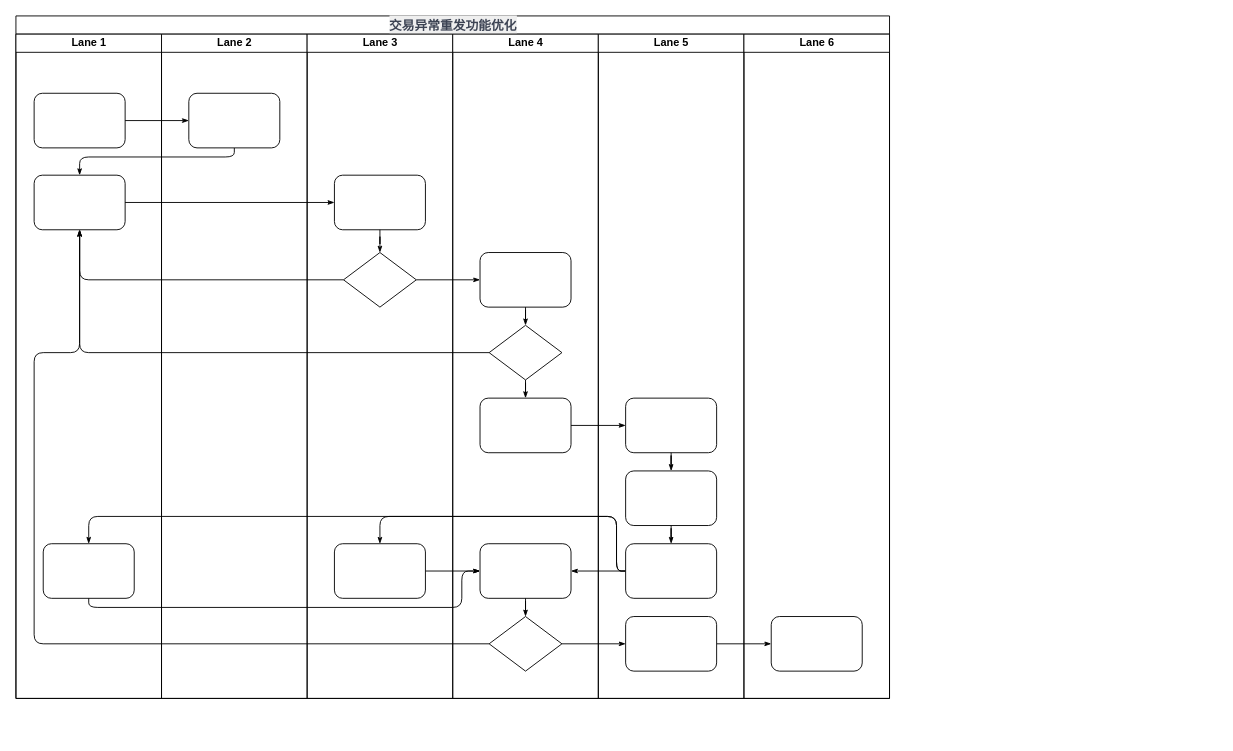
This is Untitled Diagram.drawio from hyk0316/my-test, a draw.io file, before an edit. Source tidied: cells renumbered, new cells numbered last; positions are measured from the earlier drawing's top-left corner, leaving out a move shared by most shapes. Both pictures are drawn from the tidied source at 91%, with x=0, y=0 at pixel (15, 15).
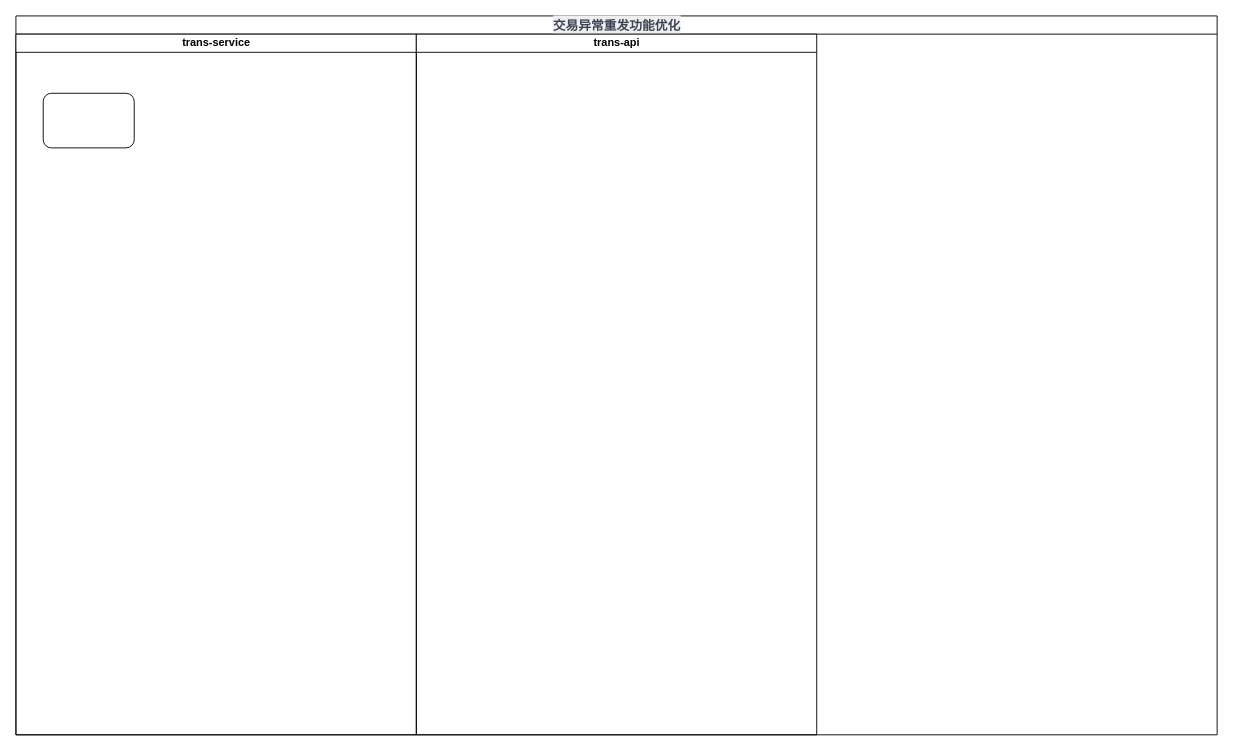
The same diagram, later.

Commit message (it also covers changes not shown here):
交易异常重发功能优化.drawio

Unchanged cells that the change refers to:
```xml
<mxCell id="23" style="rounded=1;whiteSpace=wrap;html=1;shadow=0;labelBackgroundColor=none;strokeWidth=1;fontFamily=Verdana;fontSize=8;align=center;" parent="22" vertex="1">
  <mxGeometry x="30" y="65" width="100" height="60" as="geometry" />
</mxCell>
```

What changed in the source:
```diff
@@
     <mxCell id="2" value="&lt;span style=&quot;color: rgb(60 , 67 , 83) ; font-family: &amp;#34;helvetica neue&amp;#34; , &amp;#34;helvetica&amp;#34; , &amp;#34;tahoma&amp;#34; , &amp;#34;arial&amp;#34; , &amp;#34;pingfang sc&amp;#34; , &amp;#34;source han sans cn&amp;#34; , &amp;#34;source han sans&amp;#34; , &amp;#34;source han serif&amp;#34; , &amp;#34;hiragino sans gb&amp;#34; , &amp;#34;wenquanyi micro hei&amp;#34; , &amp;#34;microsoft yahei&amp;#34; , sans-serif ; font-size: 14px ; background-color: rgb(239 , 239 , 239)&quot;&gt;交易异常重发功能优化&lt;/span&gt;" style="swimlane;html=1;startSize=20;rounded=0;shadow=0;labelBackgroundColor=none;strokeWidth=1;fontFamily=Verdana;fontSize=8;align=center;" parent="1" vertex="1">
-      <mxGeometry width="960" height="750" as="geometry" />
+      <mxGeometry width="1320" height="790" as="geometry" />
     </mxCell>
-    <mxCell id="3" value="Lane 1" style="swimlane;html=1;startSize=20;" parent="2" vertex="1">
-      <mxGeometry y="20" width="160" height="730" as="geometry" />
-    </mxCell>
-    <mxCell id="4" style="rounded=1;whiteSpace=wrap;html=1;shadow=0;labelBackgroundColor=none;strokeWidth=1;fontFamily=Verdana;fontSize=8;align=center;" parent="3" vertex="1">
-      <mxGeometry x="20" y="65" width="100" height="60" as="geometry" />
-    </mxCell>
-    <mxCell id="5" style="rounded=1;whiteSpace=wrap;html=1;shadow=0;labelBackgroundColor=none;strokeWidth=1;fontFamily=Verdana;fontSize=8;align=center;" parent="3" vertex="1">
-      <mxGeometry x="20" y="155" width="100" height="60" as="geometry" />
-    </mxCell>
-    <mxCell id="6" style="rounded=1;whiteSpace=wrap;html=1;shadow=0;labelBackgroundColor=none;strokeWidth=1;fontFamily=Verdana;fontSize=8;align=center;" parent="3" vertex="1">
-      <mxGeometry x="30" y="560" width="100" height="60" as="geometry" />
-    </mxCell>
-    <mxCell id="7" style="edgeStyle=orthogonalEdgeStyle;rounded=1;html=1;labelBackgroundColor=none;startArrow=none;startFill=0;startSize=5;endArrow=classicThin;endFill=1;endSize=5;jettySize=auto;strokeWidth=1;fontFamily=Verdana;fontSize=8;" parent="2" edge="1" source="4" target="23">
-      <mxGeometry relative="1" as="geometry" />
-    </mxCell>
-    <mxCell id="8" style="edgeStyle=orthogonalEdgeStyle;rounded=1;html=1;labelBackgroundColor=none;startArrow=none;startFill=0;startSize=5;endArrow=classicThin;endFill=1;endSize=5;jettySize=auto;strokeWidth=1;fontFamily=Verdana;fontSize=8;" parent="2" edge="1" source="23" target="5">
-      <mxGeometry relative="1" as="geometry">
-        <Array as="points">
-          <mxPoint x="240" y="155" />
-          <mxPoint x="70" y="155" />
-        </Array>
-      </mxGeometry>
-    </mxCell>
-    <mxCell id="9" style="edgeStyle=orthogonalEdgeStyle;rounded=1;html=1;labelBackgroundColor=none;startArrow=none;startFill=0;startSize=5;endArrow=classicThin;endFill=1;endSize=5;jettySize=auto;strokeWidth=1;fontFamily=Verdana;fontSize=8;" parent="2" edge="1" source="5" target="25">
-      <mxGeometry relative="1" as="geometry" />
-    </mxCell>
-    <mxCell id="10" style="edgeStyle=orthogonalEdgeStyle;rounded=1;html=1;labelBackgroundColor=none;startArrow=none;startFill=0;startSize=5;endArrow=classicThin;endFill=1;endSize=5;jettySize=auto;strokeWidth=1;fontFamily=Verdana;fontSize=8;" parent="2" edge="1" source="26" target="5">
-      <mxGeometry relative="1" as="geometry" />
-    </mxCell>
-    <mxCell id="11" style="edgeStyle=orthogonalEdgeStyle;rounded=1;html=1;labelBackgroundColor=none;startArrow=none;startFill=0;startSize=5;endArrow=classicThin;endFill=1;endSize=5;jettySize=auto;strokeWidth=1;fontFamily=Verdana;fontSize=8;" parent="2" edge="1" source="31" target="5">
-      <mxGeometry relative="1" as="geometry" />
-    </mxCell>
-    <mxCell id="12" style="edgeStyle=orthogonalEdgeStyle;rounded=1;html=1;labelBackgroundColor=none;startArrow=none;startFill=0;startSize=5;endArrow=classicThin;endFill=1;endSize=5;jettySize=auto;strokeWidth=1;fontFamily=Verdana;fontSize=8;" parent="2" edge="1" source="34" target="5">
-      <mxGeometry relative="1" as="geometry">
-        <Array as="points">
-          <mxPoint x="20" y="690" />
-          <mxPoint x="20" y="370" />
-          <mxPoint x="70" y="370" />
-        </Array>
-      </mxGeometry>
-    </mxCell>
-    <mxCell id="13" style="edgeStyle=orthogonalEdgeStyle;rounded=1;html=1;labelBackgroundColor=none;startArrow=none;startFill=0;startSize=5;endArrow=classicThin;endFill=1;endSize=5;jettySize=auto;strokeWidth=1;fontFamily=Verdana;fontSize=8;" parent="2" edge="1" source="26" target="30">
-      <mxGeometry relative="1" as="geometry" />
-    </mxCell>
-    <mxCell id="14" style="edgeStyle=orthogonalEdgeStyle;rounded=1;html=1;labelBackgroundColor=none;startArrow=none;startFill=0;startSize=5;endArrow=classicThin;endFill=1;endSize=5;jettySize=auto;strokeWidth=1;fontFamily=Verdana;fontSize=8;" parent="2" edge="1" source="34" target="42">
-      <mxGeometry relative="1" as="geometry" />
-    </mxCell>
-    <mxCell id="15" style="edgeStyle=orthogonalEdgeStyle;rounded=1;html=1;labelBackgroundColor=none;startArrow=none;startFill=0;startSize=5;endArrow=classicThin;endFill=1;endSize=5;jettySize=auto;strokeWidth=1;fontFamily=Verdana;fontSize=8;" parent="2" edge="1" source="42" target="46">
-      <mxGeometry relative="1" as="geometry" />
-    </mxCell>
-    <mxCell id="16" style="edgeStyle=orthogonalEdgeStyle;rounded=1;html=1;labelBackgroundColor=none;startArrow=none;startFill=0;startSize=5;endArrow=classicThin;endFill=1;endSize=5;jettySize=auto;strokeWidth=1;fontFamily=Verdana;fontSize=8;" parent="2" edge="1" source="32" target="39">
-      <mxGeometry relative="1" as="geometry" />
-    </mxCell>
-    <mxCell id="17" style="edgeStyle=orthogonalEdgeStyle;rounded=1;html=1;labelBackgroundColor=none;startArrow=none;startFill=0;startSize=5;endArrow=classicThin;endFill=1;endSize=5;jettySize=auto;strokeWidth=1;fontFamily=Verdana;fontSize=8;" parent="2" edge="1" source="41" target="27">
-      <mxGeometry relative="1" as="geometry">
-        <Array as="points">
-          <mxPoint x="660" y="610" />
-          <mxPoint x="660" y="550" />
-          <mxPoint x="400" y="550" />
-        </Array>
-      </mxGeometry>
-    </mxCell>
-    <mxCell id="18" style="edgeStyle=orthogonalEdgeStyle;rounded=1;html=1;labelBackgroundColor=none;startArrow=none;startFill=0;startSize=5;endArrow=classicThin;endFill=1;endSize=5;jettySize=auto;strokeColor=#000000;strokeWidth=1;fontFamily=Verdana;fontSize=8;fontColor=#000000;" parent="2" edge="1" source="41" target="33">
-      <mxGeometry relative="1" as="geometry" />
-    </mxCell>
-    <mxCell id="19" style="edgeStyle=orthogonalEdgeStyle;rounded=1;html=1;labelBackgroundColor=none;startArrow=none;startFill=0;startSize=5;endArrow=classicThin;endFill=1;endSize=5;jettySize=auto;strokeWidth=1;fontFamily=Verdana;fontSize=8;" parent="2" edge="1" source="41" target="6">
-      <mxGeometry relative="1" as="geometry">
-        <Array as="points">
-          <mxPoint x="660" y="610" />
-          <mxPoint x="660" y="550" />
-          <mxPoint x="80" y="550" />
-        </Array>
-      </mxGeometry>
-    </mxCell>
-    <mxCell id="20" style="edgeStyle=orthogonalEdgeStyle;rounded=1;html=1;labelBackgroundColor=none;startArrow=none;startFill=0;startSize=5;endArrow=classicThin;endFill=1;endSize=5;jettySize=auto;strokeWidth=1;fontFamily=Verdana;fontSize=8;" parent="2" edge="1" source="6" target="33">
-      <mxGeometry relative="1" as="geometry">
-        <Array as="points">
-          <mxPoint x="80" y="650" />
-          <mxPoint x="490" y="650" />
-          <mxPoint x="490" y="610" />
-        </Array>
-      </mxGeometry>
-    </mxCell>
-    <mxCell id="21" style="edgeStyle=orthogonalEdgeStyle;rounded=1;html=1;labelBackgroundColor=none;startArrow=none;startFill=0;startSize=5;endArrow=classicThin;endFill=1;endSize=5;jettySize=auto;strokeWidth=1;fontFamily=Verdana;fontSize=8;" parent="2" edge="1" source="27" target="33">
-      <mxGeometry relative="1" as="geometry" />
-    </mxCell>
-    <mxCell id="22" value="Lane 2" style="swimlane;html=1;startSize=20;" parent="2" vertex="1">
-      <mxGeometry x="160" y="20" width="160" height="730" as="geometry" />
+    <mxCell id="22" value="trans-service" style="swimlane;html=1;startSize=20;" parent="2" vertex="1">
+      <mxGeometry y="20" width="440" height="770" as="geometry" />
     </mxCell>
@@
-    <mxCell id="24" value="Lane 3" style="swimlane;html=1;startSize=20;" parent="2" vertex="1">
-      <mxGeometry x="320" y="20" width="160" height="730" as="geometry" />
+    <mxCell id="24" value="trans-api" style="swimlane;html=1;startSize=20;" parent="2" vertex="1">
+      <mxGeometry x="440" y="20" width="440" height="770" as="geometry" />
     </mxCell>
-    <mxCell id="25" style="rounded=1;whiteSpace=wrap;html=1;shadow=0;labelBackgroundColor=none;strokeWidth=1;fontFamily=Verdana;fontSize=8;align=center;" parent="24" vertex="1">
-      <mxGeometry x="30" y="155" width="100" height="60" as="geometry" />
-    </mxCell>
-    <mxCell id="26" style="rhombus;whiteSpace=wrap;html=1;rounded=0;shadow=0;labelBackgroundColor=none;strokeWidth=1;fontFamily=Verdana;fontSize=8;align=center;" parent="24" vertex="1">
-      <mxGeometry x="40" y="240" width="80" height="60" as="geometry" />
-    </mxCell>
-    <mxCell id="27" style="rounded=1;whiteSpace=wrap;html=1;shadow=0;labelBackgroundColor=none;strokeWidth=1;fontFamily=Verdana;fontSize=8;align=center;" parent="24" vertex="1">
-      <mxGeometry x="30" y="560" width="100" height="60" as="geometry" />
-    </mxCell>
-    <mxCell id="28" style="edgeStyle=orthogonalEdgeStyle;rounded=1;html=1;labelBackgroundColor=none;startArrow=none;startFill=0;startSize=5;endArrow=classicThin;endFill=1;endSize=5;jettySize=auto;strokeWidth=1;fontFamily=Verdana;fontSize=8;" parent="24" edge="1" source="25" target="26">
-      <mxGeometry relative="1" as="geometry" />
-    </mxCell>
-    <mxCell id="29" value="Lane 4" style="swimlane;html=1;startSize=20;" parent="2" vertex="1">
-      <mxGeometry x="480" y="20" width="160" height="730" as="geometry" />
-    </mxCell>
-    <mxCell id="30" style="rounded=1;whiteSpace=wrap;html=1;shadow=0;labelBackgroundColor=none;strokeWidth=1;fontFamily=Verdana;fontSize=8;align=center;" parent="29" vertex="1">
-      <mxGeometry x="30" y="240" width="100" height="60" as="geometry" />
-    </mxCell>
-    <mxCell id="31" style="rhombus;whiteSpace=wrap;html=1;rounded=0;shadow=0;labelBackgroundColor=none;strokeWidth=1;fontFamily=Verdana;fontSize=8;align=center;" parent="29" vertex="1">
-      <mxGeometry x="40" y="320" width="80" height="60" as="geometry" />
-    </mxCell>
-    <mxCell id="32" style="rounded=1;whiteSpace=wrap;html=1;shadow=0;labelBackgroundColor=none;strokeWidth=1;fontFamily=Verdana;fontSize=8;align=center;" parent="29" vertex="1">
-      <mxGeometry x="30" y="400" width="100" height="60" as="geometry" />
-    </mxCell>
-    <mxCell id="33" style="rounded=1;whiteSpace=wrap;html=1;shadow=0;labelBackgroundColor=none;strokeWidth=1;fontFamily=Verdana;fontSize=8;align=center;" parent="29" vertex="1">
-      <mxGeometry x="30" y="560" width="100" height="60" as="geometry" />
-    </mxCell>
-    <mxCell id="34" style="rhombus;whiteSpace=wrap;html=1;rounded=0;shadow=0;labelBackgroundColor=none;strokeWidth=1;fontFamily=Verdana;fontSize=8;align=center;" parent="29" vertex="1">
-      <mxGeometry x="40" y="640" width="80" height="60" as="geometry" />
-    </mxCell>
-    <mxCell id="35" style="edgeStyle=orthogonalEdgeStyle;rounded=1;html=1;labelBackgroundColor=none;startArrow=none;startFill=0;startSize=5;endArrow=classicThin;endFill=1;endSize=5;jettySize=auto;strokeColor=#000000;strokeWidth=1;fontFamily=Verdana;fontSize=8;fontColor=#000000;" parent="29" edge="1" source="30" target="31">
-      <mxGeometry relative="1" as="geometry" />
-    </mxCell>
-    <mxCell id="36" style="edgeStyle=orthogonalEdgeStyle;rounded=1;html=1;labelBackgroundColor=none;startArrow=none;startFill=0;startSize=5;endArrow=classicThin;endFill=1;endSize=5;jettySize=auto;strokeWidth=1;fontFamily=Verdana;fontSize=8;" parent="29" edge="1" source="31" target="32">
-      <mxGeometry relative="1" as="geometry" />
-    </mxCell>
-    <mxCell id="37" style="edgeStyle=orthogonalEdgeStyle;rounded=1;html=1;labelBackgroundColor=none;startArrow=none;startFill=0;startSize=5;endArrow=classicThin;endFill=1;endSize=5;jettySize=auto;strokeWidth=1;fontFamily=Verdana;fontSize=8;" parent="29" edge="1" source="33" target="34">
-      <mxGeometry relative="1" as="geometry" />
-    </mxCell>
-    <mxCell id="38" value="Lane 5" style="swimlane;html=1;startSize=20;" parent="2" vertex="1">
-      <mxGeometry x="640" y="20" width="160" height="730" as="geometry" />
-    </mxCell>
-    <mxCell id="39" style="rounded=1;whiteSpace=wrap;html=1;shadow=0;labelBackgroundColor=none;strokeWidth=1;fontFamily=Verdana;fontSize=8;align=center;" parent="38" vertex="1">
-      <mxGeometry x="30" y="400" width="100" height="60" as="geometry" />
-    </mxCell>
-    <mxCell id="40" style="rounded=1;whiteSpace=wrap;html=1;shadow=0;labelBackgroundColor=none;strokeWidth=1;fontFamily=Verdana;fontSize=8;align=center;" parent="38" vertex="1">
-      <mxGeometry x="30" y="480" width="100" height="60" as="geometry" />
-    </mxCell>
-    <mxCell id="41" style="rounded=1;whiteSpace=wrap;html=1;shadow=0;labelBackgroundColor=none;strokeWidth=1;fontFamily=Verdana;fontSize=8;align=center;" parent="38" vertex="1">
-      <mxGeometry x="30" y="560" width="100" height="60" as="geometry" />
-    </mxCell>
-    <mxCell id="42" style="rounded=1;whiteSpace=wrap;html=1;shadow=0;labelBackgroundColor=none;strokeWidth=1;fontFamily=Verdana;fontSize=8;align=center;" parent="38" vertex="1">
-      <mxGeometry x="30" y="640" width="100" height="60" as="geometry" />
-    </mxCell>
-    <mxCell id="43" style="edgeStyle=orthogonalEdgeStyle;rounded=1;html=1;labelBackgroundColor=none;startArrow=none;startFill=0;startSize=5;endArrow=classicThin;endFill=1;endSize=5;jettySize=auto;strokeWidth=1;fontFamily=Verdana;fontSize=8;" parent="38" edge="1" source="39" target="40">
-      <mxGeometry relative="1" as="geometry" />
-    </mxCell>
-    <mxCell id="44" style="edgeStyle=orthogonalEdgeStyle;rounded=1;html=1;labelBackgroundColor=none;startArrow=none;startFill=0;startSize=5;endArrow=classicThin;endFill=1;endSize=5;jettySize=auto;strokeWidth=1;fontFamily=Verdana;fontSize=8;" parent="38" edge="1" source="40" target="41">
-      <mxGeometry relative="1" as="geometry" />
-    </mxCell>
-    <mxCell id="45" value="Lane 6" style="swimlane;html=1;startSize=20;" parent="2" vertex="1">
-      <mxGeometry x="800" y="20" width="160" height="730" as="geometry" />
-    </mxCell>
-    <mxCell id="46" style="rounded=1;whiteSpace=wrap;html=1;shadow=0;labelBackgroundColor=none;strokeWidth=1;fontFamily=Verdana;fontSize=8;align=center;" parent="45" vertex="1">
-      <mxGeometry x="30" y="640" width="100" height="60" as="geometry" />
-    </mxCell>
```
